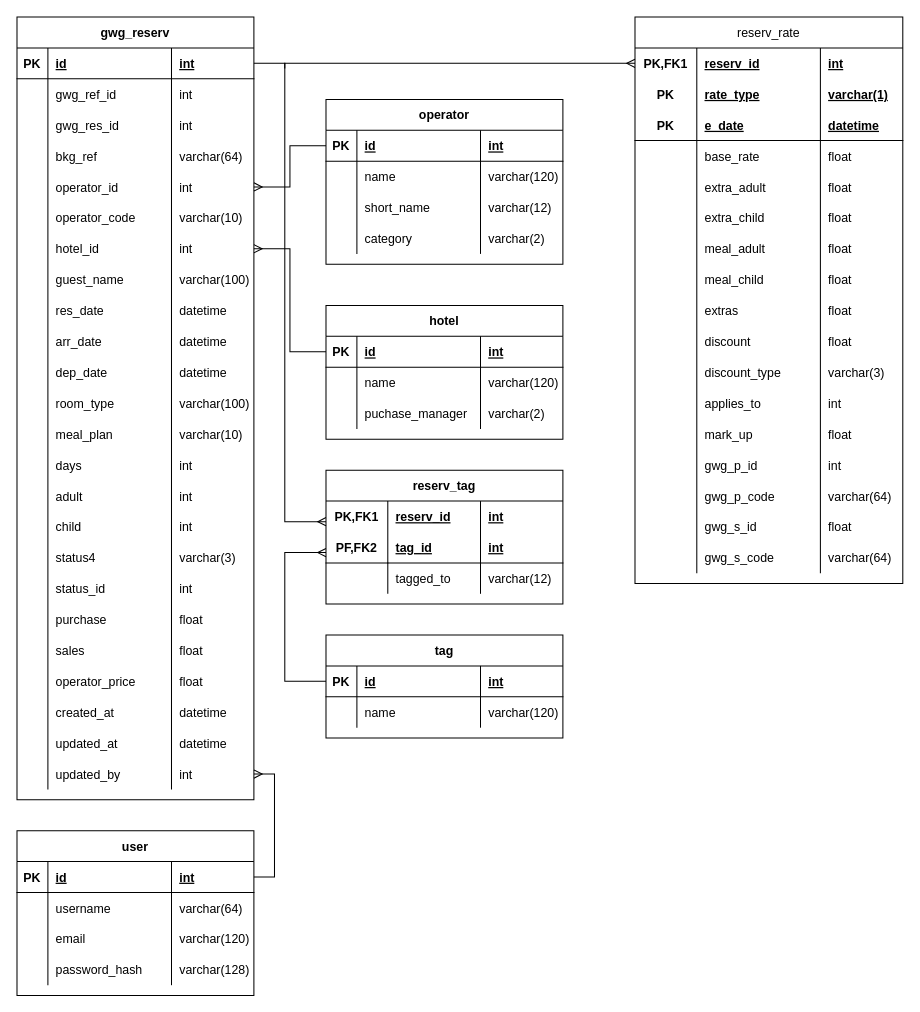
This is bkgs_app_erd.drawio from justivan/drawio-diagrams, a draw.io file, before an edit. Source tidied: cells renumbered, new cells numbered last; positions are measured from the earlier drawing's top-left corner, leaving out a move shared by most shapes. Both pictures are drawn from the tidied source at 103%, with x=0, y=0 at pixel (16, 16).
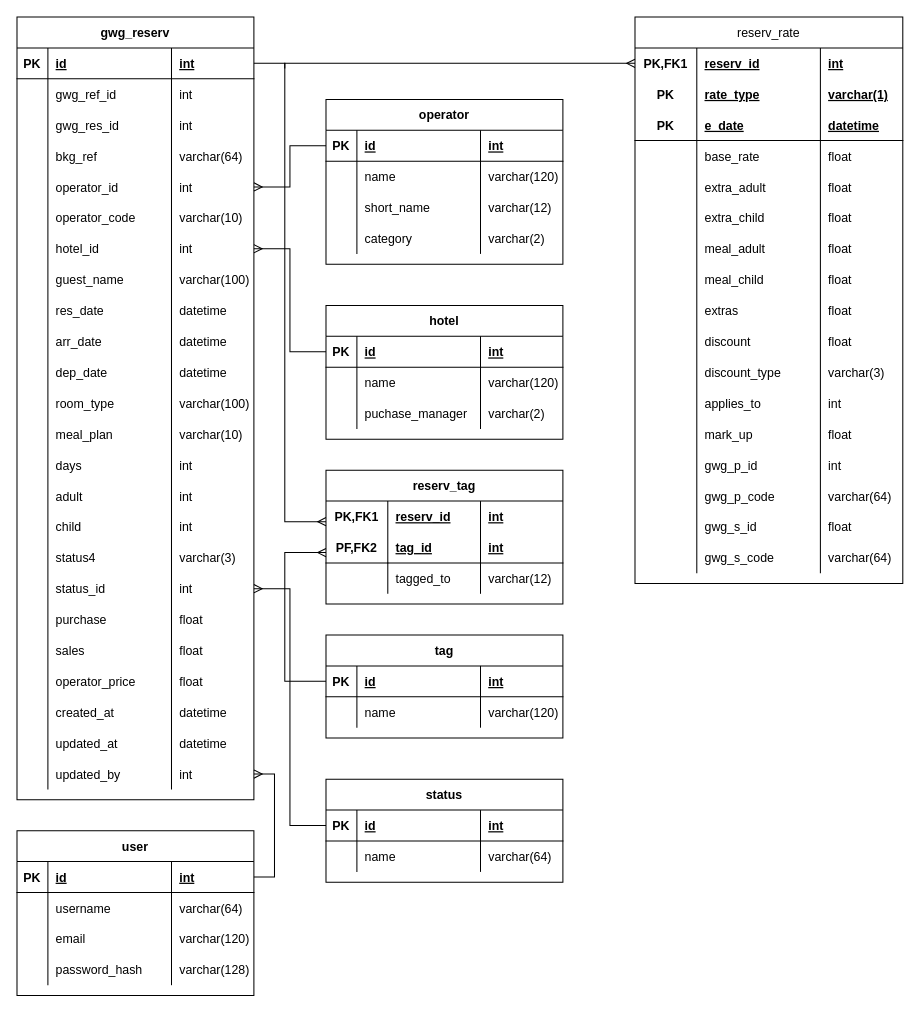
Above is the later version.

The change refers to these unchanged cells:
```xml
<mxCell id="71" style="shape=tableRow;horizontal=0;startSize=0;swimlaneHead=0;swimlaneBody=0;fillColor=none;points=[[0,0.5],[1,0.5]];portConstraint=eastwest;top=0;left=0;right=0;bottom=0;fontFamily=Helvetica;" parent="2" vertex="1">
  <mxGeometry y="540" width="230" height="30" as="geometry" />
</mxCell>
```

The edit, as a diff of the source:
```diff
@@
+    <mxCell id="243" value="status" style="shape=table;startSize=30;childLayout=tableLayout;rowLines=0;fontStyle=1;align=center;fontFamily=Helvetica;" parent="1" vertex="1">
+      <mxGeometry x="300" y="740" width="230" height="100" as="geometry" />
+    </mxCell>
+    <mxCell id="244" style="shape=tableRow;horizontal=0;startSize=0;swimlaneHead=0;swimlaneBody=0;fillColor=none;points=[[0,0.5],[1,0.5]];portConstraint=eastwest;top=0;left=0;right=0;bottom=1;fontFamily=Helvetica;" parent="243" vertex="1">
+      <mxGeometry y="30" width="230" height="30" as="geometry" />
+    </mxCell>
+    <mxCell id="245" value="PK" style="shape=partialRectangle;fillColor=none;top=0;left=0;bottom=0;right=0;fontStyle=1;overflow=hidden;fontFamily=Helvetica;" parent="244" vertex="1">
+      <mxGeometry width="30" height="30" as="geometry" />
+    </mxCell>
+    <mxCell id="246" value="id" style="shape=partialRectangle;fillColor=none;top=0;left=0;bottom=0;right=0;align=left;spacingLeft=6;fontStyle=5;overflow=hidden;fontFamily=Helvetica;" parent="244" vertex="1">
+      <mxGeometry x="30" width="120" height="30" as="geometry" />
+    </mxCell>
+    <mxCell id="247" value="int" style="shape=partialRectangle;fillColor=none;top=0;left=0;bottom=0;right=0;align=left;spacingLeft=6;fontStyle=5;overflow=hidden;fontFamily=Helvetica;" parent="244" vertex="1">
+      <mxGeometry x="150" width="80" height="30" as="geometry" />
+    </mxCell>
+    <mxCell id="248" style="shape=tableRow;horizontal=0;startSize=0;swimlaneHead=0;swimlaneBody=0;fillColor=none;top=0;left=0;right=0;bottom=0;fontFamily=Helvetica;" parent="243" vertex="1">
+      <mxGeometry y="60" width="230" height="30" as="geometry" />
+    </mxCell>
+    <mxCell id="249" style="shape=partialRectangle;fillColor=none;top=0;left=0;bottom=0;right=0;overflow=hidden;fontFamily=Helvetica;" parent="248" vertex="1">
+      <mxGeometry width="30" height="30" as="geometry" />
+    </mxCell>
+    <mxCell id="250" value="name" style="shape=partialRectangle;fillColor=none;top=0;left=0;bottom=0;right=0;align=left;spacingLeft=6;overflow=hidden;fontFamily=Helvetica;" parent="248" vertex="1">
+      <mxGeometry x="30" width="120" height="30" as="geometry" />
+    </mxCell>
+    <mxCell id="251" value="varchar(64)" style="shape=partialRectangle;fillColor=none;top=0;left=0;bottom=0;right=0;align=left;spacingLeft=6;overflow=hidden;fontFamily=Helvetica;" parent="248" vertex="1">
+      <mxGeometry x="150" width="80" height="30" as="geometry" />
+    </mxCell>
+    <mxCell id="252" style="edgeStyle=orthogonalEdgeStyle;rounded=0;jettySize=auto;html=1;entryX=1;entryY=0.5;entryDx=0;entryDy=0;endArrow=ERmany;endFill=0;" parent="1" edge="1" source="244" target="71">
+      <mxGeometry relative="1" as="geometry" />
+    </mxCell>
```
